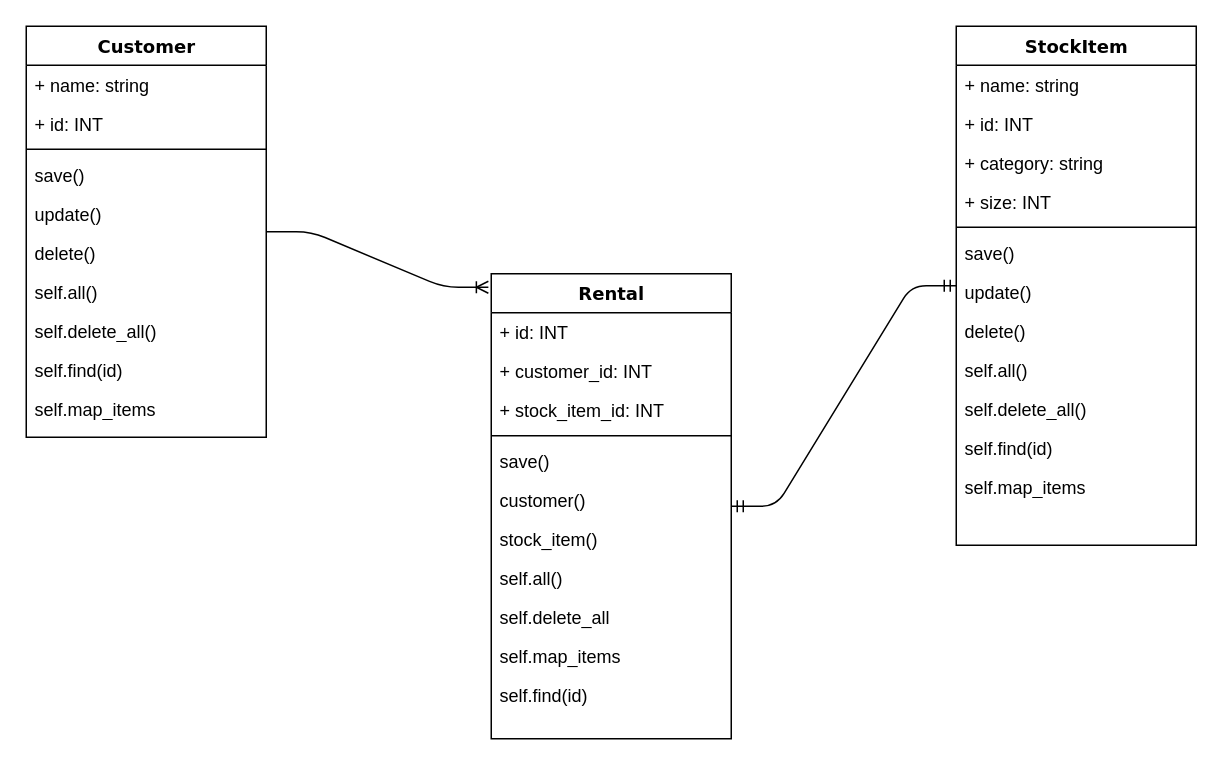
This is PDA/Diagrams/kite_rental_class_diagram.drawio from ED1978/Kitesurf-Rental-Store, a draw.io file, before an edit. Source tidied: cells renumbered, new cells numbered last; positions are measured from the earlier drawing's top-left corner, leaving out a move shared by most shapes. Both pictures are drawn from the tidied source at 150%, with x=0, y=0 at pixel (26, 26).
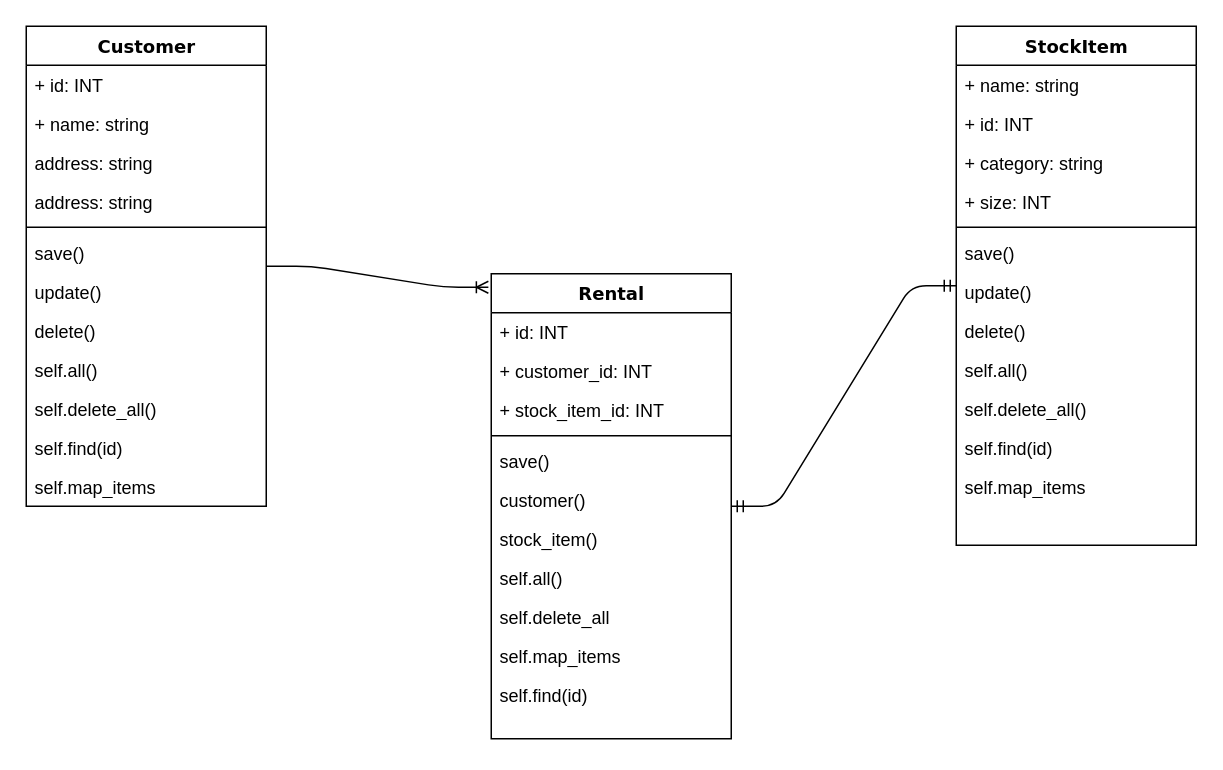
Above is the later version.

Commit message (it also covers changes not shown here):
adress and dob fields added to customers tabe in db

The edit, as a diff of the source:
```diff
@@
     <mxCell id="15" value="Customer" style="swimlane;html=1;fontStyle=1;align=center;verticalAlign=top;horizontal=1;startSize=26;swimlaneFillColor=#ffffff;rounded=0;shadow=0;comic=0;labelBackgroundColor=none;strokeColor=#000000;strokeWidth=1;fillColor=none;fontFamily=Verdana;fontSize=12;fontColor=#000000;" parent="1" vertex="1">
-      <mxGeometry width="160" height="274" as="geometry" />
+      <mxGeometry width="160" height="320" as="geometry" />
     </mxCell>
+    <mxCell id="17" value="+ id: INT" style="text;html=1;strokeColor=none;fillColor=none;align=left;verticalAlign=top;spacingLeft=4;spacingRight=4;whiteSpace=wrap;overflow=hidden;" parent="15" vertex="1">
+      <mxGeometry y="26" width="160" height="26" as="geometry" />
+    </mxCell>
     <mxCell id="16" value="+ name: string" style="text;html=1;strokeColor=none;fillColor=none;align=left;verticalAlign=top;spacingLeft=4;spacingRight=4;whiteSpace=wrap;overflow=hidden;" parent="15" vertex="1">
-      <mxGeometry y="26" width="160" height="26" as="geometry" />
+      <mxGeometry y="52" width="160" height="26" as="geometry" />
     </mxCell>
-    <mxCell id="17" value="+ id: INT" style="text;html=1;strokeColor=none;fillColor=none;align=left;verticalAlign=top;spacingLeft=4;spacingRight=4;whiteSpace=wrap;overflow=hidden;" parent="15" vertex="1">
-      <mxGeometry y="52" width="160" height="26" as="geometry" />
-    </mxCell>
+    <mxCell id="40" value="address: string" style="text;html=1;strokeColor=none;fillColor=none;align=left;verticalAlign=top;spacingLeft=4;spacingRight=4;whiteSpace=wrap;overflow=hidden;" parent="15" vertex="1">
+      <mxGeometry y="78" width="160" height="26" as="geometry" />
+    </mxCell>
+    <mxCell id="41" value="address: string" style="text;html=1;strokeColor=none;fillColor=none;align=left;verticalAlign=top;spacingLeft=4;spacingRight=4;whiteSpace=wrap;overflow=hidden;" parent="15" vertex="1">
+      <mxGeometry y="104" width="160" height="26" as="geometry" />
+    </mxCell>
     <mxCell id="18" style="line;html=1;strokeWidth=1;fillColor=none;align=left;verticalAlign=middle;spacingTop=-1;spacingLeft=3;spacingRight=3;labelPosition=right;" parent="15" vertex="1">
-      <mxGeometry y="78" width="160" height="8" as="geometry" />
+      <mxGeometry y="130" width="160" height="8" as="geometry" />
     </mxCell>
     <mxCell id="19" value="save()" style="text;html=1;strokeColor=none;fillColor=none;align=left;verticalAlign=top;spacingLeft=4;spacingRight=4;whiteSpace=wrap;overflow=hidden;" parent="15" vertex="1">
-      <mxGeometry y="86" width="160" height="26" as="geometry" />
+      <mxGeometry y="138" width="160" height="26" as="geometry" />
     </mxCell>
     <mxCell id="20" value="update()" style="text;html=1;strokeColor=none;fillColor=none;align=left;verticalAlign=top;spacingLeft=4;spacingRight=4;whiteSpace=wrap;overflow=hidden;" parent="15" vertex="1">
-      <mxGeometry y="112" width="160" height="26" as="geometry" />
+      <mxGeometry y="164" width="160" height="26" as="geometry" />
     </mxCell>
     <mxCell id="21" value="delete()" style="text;html=1;strokeColor=none;fillColor=none;align=left;verticalAlign=top;spacingLeft=4;spacingRight=4;whiteSpace=wrap;overflow=hidden;" parent="15" vertex="1">
-      <mxGeometry y="138" width="160" height="26" as="geometry" />
+      <mxGeometry y="190" width="160" height="26" as="geometry" />
     </mxCell>
     <mxCell id="22" value="self.all()" style="text;html=1;strokeColor=none;fillColor=none;align=left;verticalAlign=top;spacingLeft=4;spacingRight=4;whiteSpace=wrap;overflow=hidden;" parent="15" vertex="1">
-      <mxGeometry y="164" width="160" height="26" as="geometry" />
+      <mxGeometry y="216" width="160" height="26" as="geometry" />
     </mxCell>
     <mxCell id="23" value="self.delete_all()" style="text;html=1;strokeColor=none;fillColor=none;align=left;verticalAlign=top;spacingLeft=4;spacingRight=4;whiteSpace=wrap;overflow=hidden;" parent="15" vertex="1">
-      <mxGeometry y="190" width="160" height="26" as="geometry" />
+      <mxGeometry y="242" width="160" height="26" as="geometry" />
     </mxCell>
     <mxCell id="24" value="self.find(id)" style="text;html=1;strokeColor=none;fillColor=none;align=left;verticalAlign=top;spacingLeft=4;spacingRight=4;whiteSpace=wrap;overflow=hidden;" parent="15" vertex="1">
-      <mxGeometry y="216" width="160" height="26" as="geometry" />
+      <mxGeometry y="268" width="160" height="26" as="geometry" />
     </mxCell>
     <mxCell id="25" value="self.map_items" style="text;html=1;strokeColor=none;fillColor=none;align=left;verticalAlign=top;spacingLeft=4;spacingRight=4;whiteSpace=wrap;overflow=hidden;" parent="15" vertex="1">
-      <mxGeometry y="242" width="160" height="26" as="geometry" />
+      <mxGeometry y="294" width="160" height="26" as="geometry" />
     </mxCell>
```
